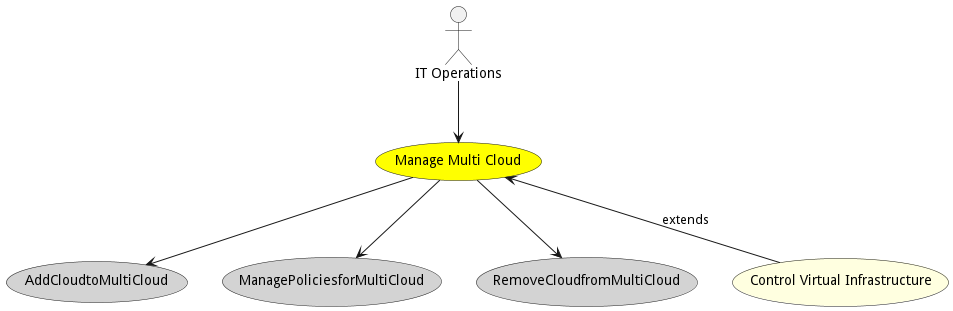
Earlier version of the PlantUML export docs/edgemere/sml/cb/usecases/managemulticloud/Activities.png (madajaju/edgemere).
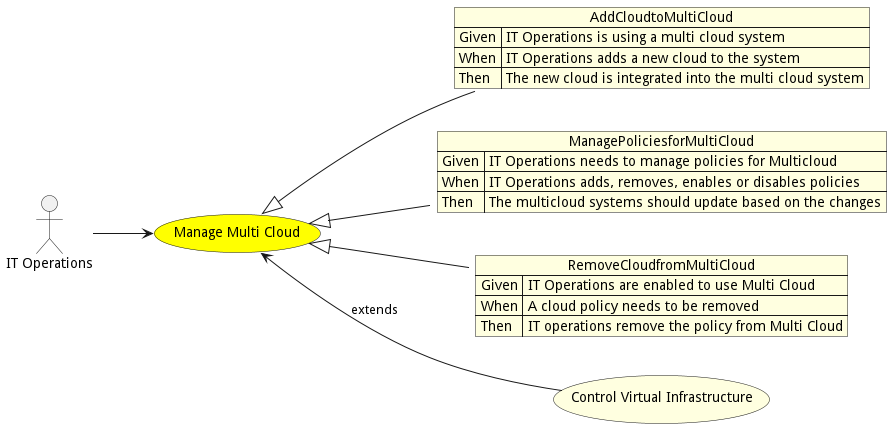
After the change.

The edit, as a diff of the source:
```diff
@@ -1,5 +1,7 @@
 @startuml
 
+
+left to right direction
 
 usecase "Manage Multi Cloud" as ManageMultiCloud #yellow
 
@@ -9,17 +11,29 @@
 
 
 
-usecase "AddCloudtoMultiCloud" as AddCloudtoMultiCloud #lightgrey
+json AddCloudtoMultiCloud #lightyellow {
+    "Given": "IT Operations is using a multi cloud system",
+    "When": "IT Operations adds a new cloud to the system",
+    "Then": "The new cloud is integrated into the multi cloud system"
+}
 
-ManageMultiCloud --> AddCloudtoMultiCloud
+ManageMultiCloud <|-- AddCloudtoMultiCloud
 
-usecase "ManagePoliciesforMultiCloud" as ManagePoliciesforMultiCloud #lightgrey
+json ManagePoliciesforMultiCloud #lightyellow {
+    "Given": "IT Operations needs to manage policies for Multicloud",
+    "When": "IT Operations adds, removes, enables or disables policies",
+    "Then": "The multicloud systems should update based on the changes"
+}
 
-ManageMultiCloud --> ManagePoliciesforMultiCloud
+ManageMultiCloud <|-- ManagePoliciesforMultiCloud
 
-usecase "RemoveCloudfromMultiCloud" as RemoveCloudfromMultiCloud #lightgrey
+json RemoveCloudfromMultiCloud #lightyellow {
+    "Given": "IT Operations are enabled to use Multi Cloud",
+    "When": "A cloud policy needs to be removed",
+    "Then": "IT operations remove the policy from Multi Cloud"
+}
 
-ManageMultiCloud --> RemoveCloudfromMultiCloud
+ManageMultiCloud <|-- RemoveCloudfromMultiCloud
 
 
 
```
